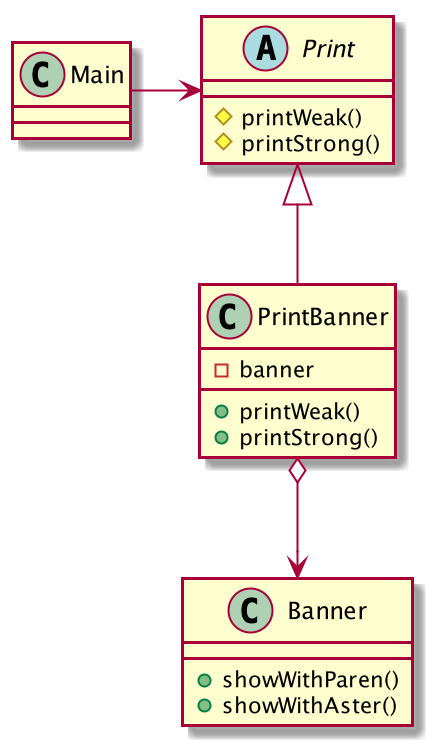
Before: assets/post/designpattern/AdapterExample2.png, a diagram exported from PlantUML (jsyang-dev/jsyang-dev.github.io).
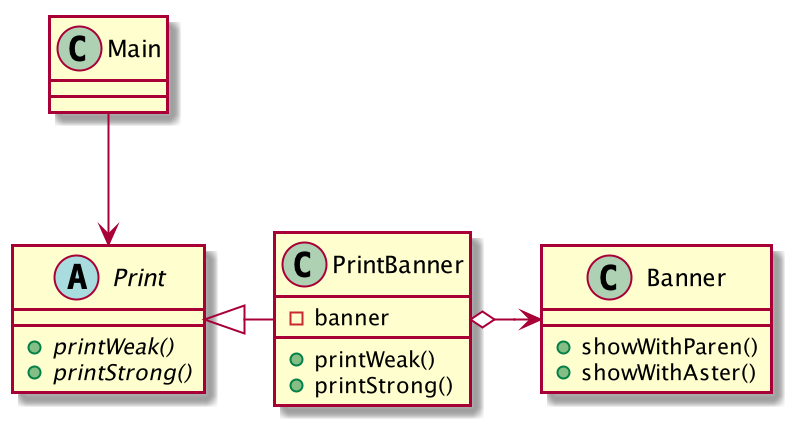
Above is the later version.

Change to the diagram source:
```diff
@@ -3,8 +3,8 @@
 class Main {
 }
 abstract class Print {
-    #printWeak()
-    #printStrong()
+    +{abstract} printWeak()
+    +{abstract} printStrong()
 }
 class PrintBanner {
     -banner
@@ -16,8 +16,8 @@
     +showWithAster()
 }
 
-Main -> Print
-Print <|-- PrintBanner
-PrintBanner o--> Banner
+Main --> Print
+Print <|- PrintBanner
+PrintBanner o-> Banner
 
 @enduml
```
